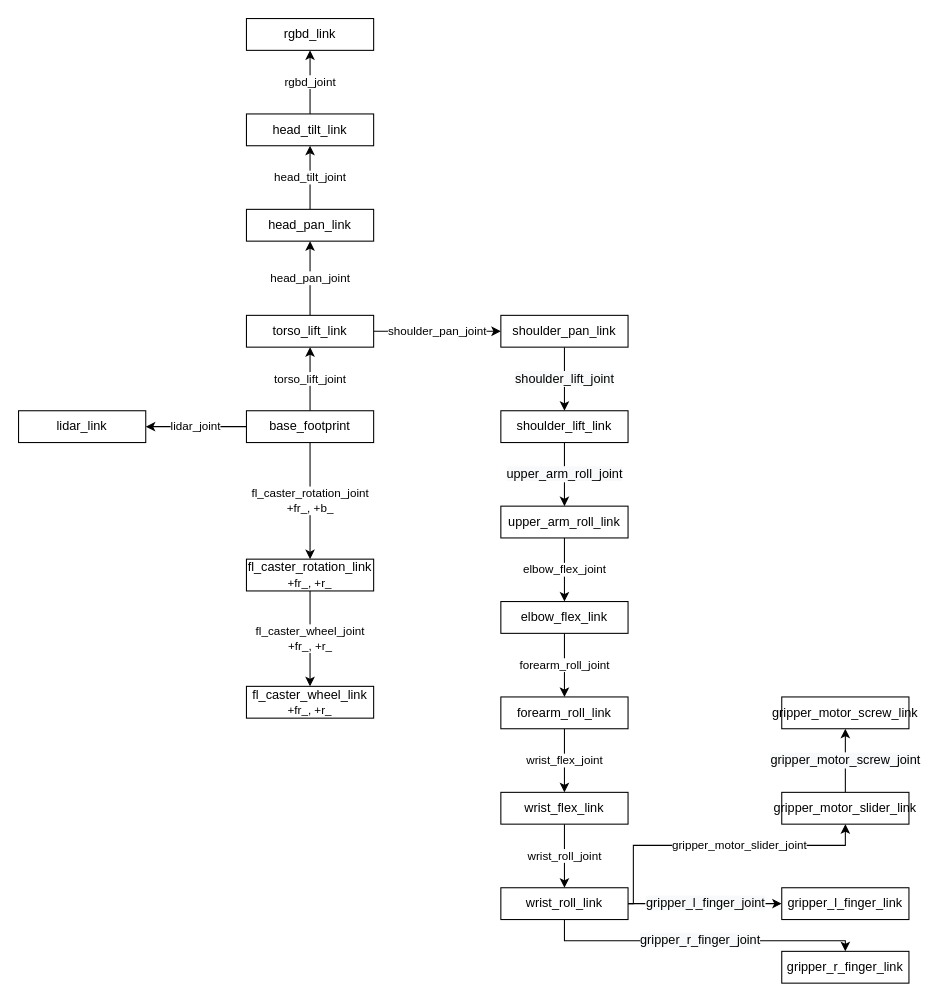
The draw.io diagram docs/mechanical/mechanical-schema_v1.drawio in slesinger/bobik_robot, before the edit. Source tidied: cells renumbered, new cells numbered last; positions are measured from the earlier drawing's top-left corner, leaving out a move shared by most shapes. Both pictures are drawn from the tidied source at 106%, with x=0, y=0 at pixel (18, 18).
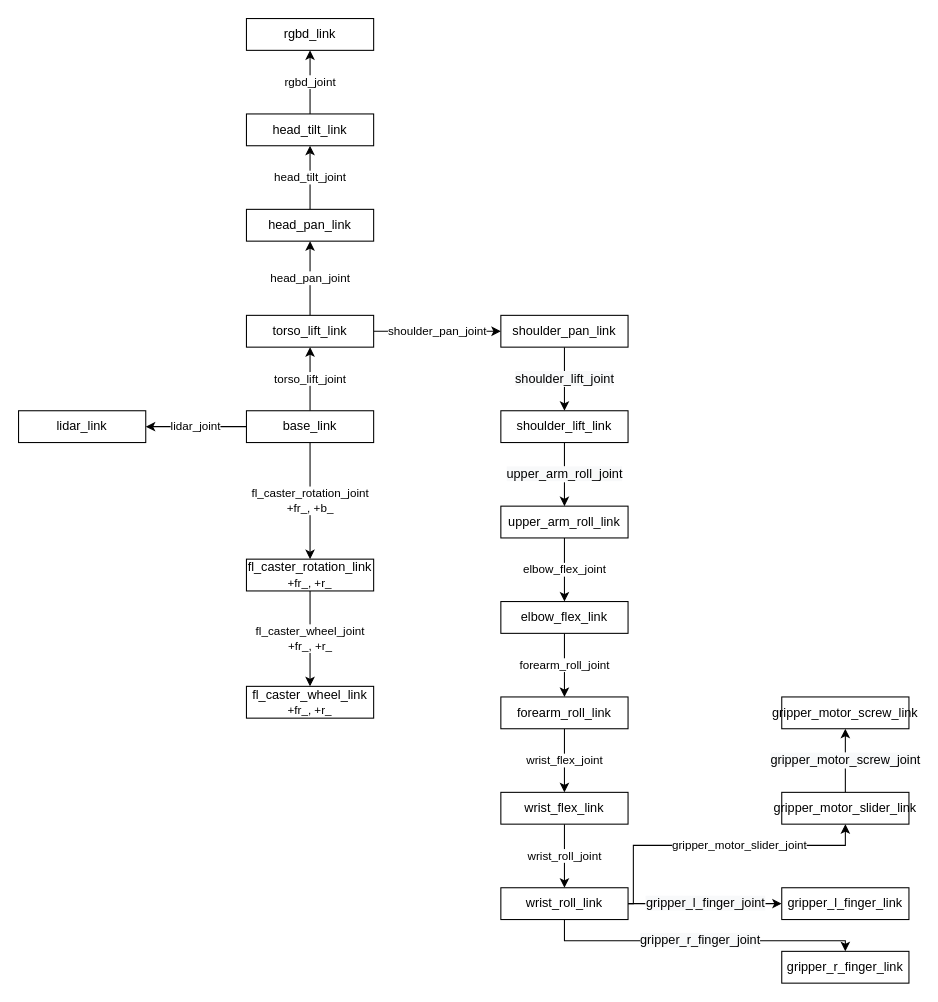
Above is the later version.

Diff of the diagram source:
```diff
@@
-    <mxCell id="5" value="base_footprint" style="rounded=0;whiteSpace=wrap;html=1;" parent="1" vertex="1">
+    <mxCell id="5" value="base_link" style="rounded=0;whiteSpace=wrap;html=1;" parent="1" vertex="1">
       <mxGeometry x="215" y="370" width="120" height="30" as="geometry" />
     </mxCell>
```
